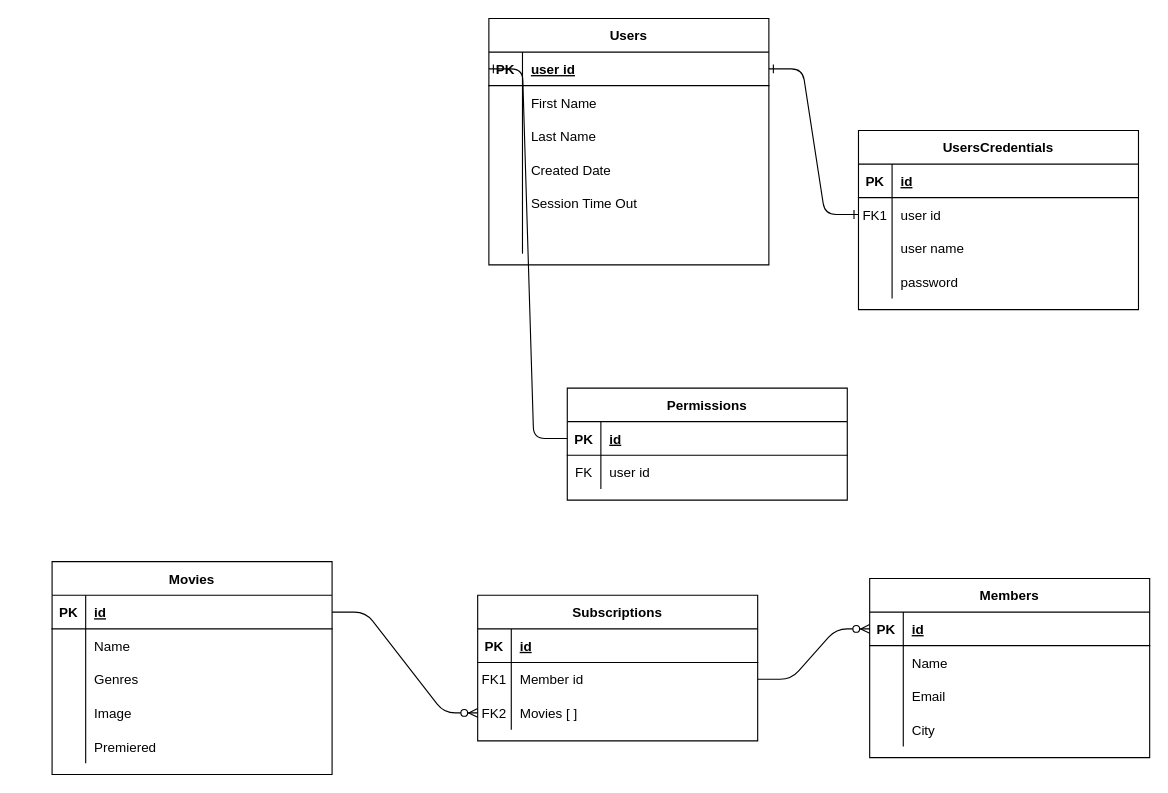
Earlier version of the draw.io diagram page "Overall BD" (1 of 2) of Docs/node-final.drawio (natank/diagrams). Source tidied: cells renumbered, new cells numbered last; positions are measured from the earlier drawing's top-left corner, leaving out a move shared by most shapes. Both pictures are drawn from the tidied source at 112%, with x=0, y=0 at pixel (52, 18).
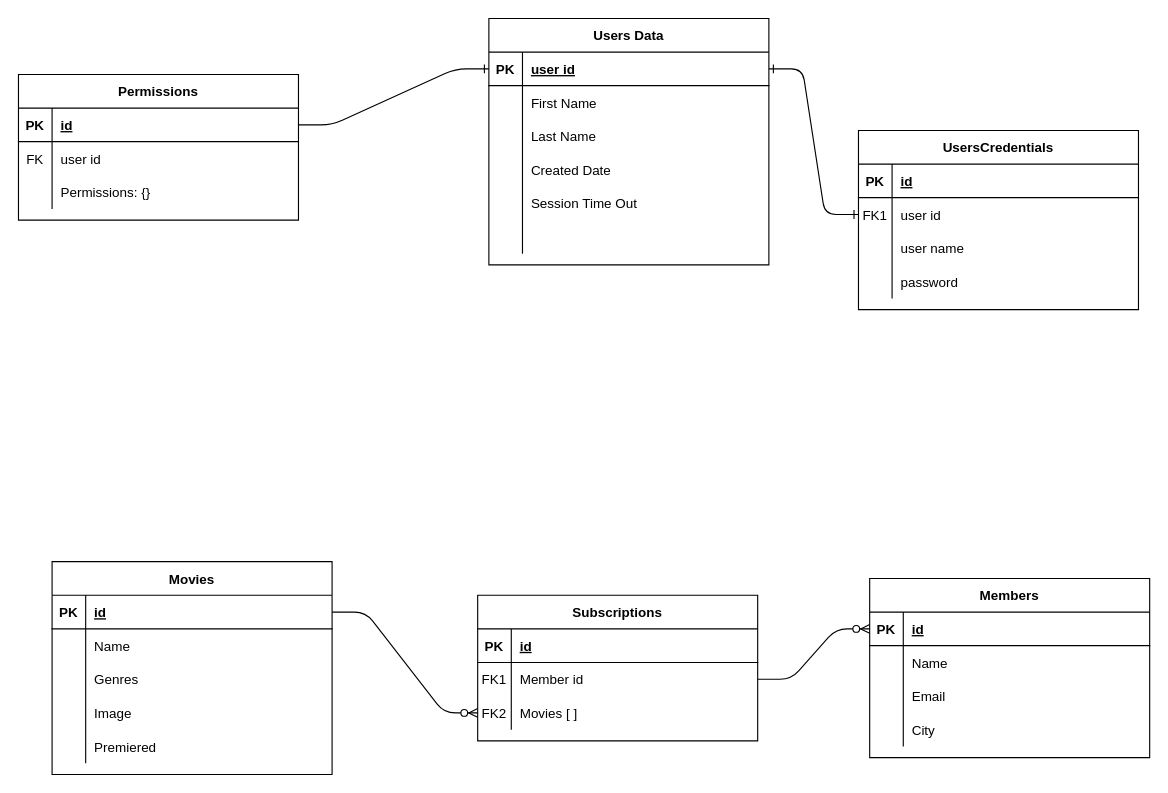
Above is the later version.

Unchanged cells that the change refers to:
```xml
<mxCell id="27" style="shape=partialRectangle;fillColor=none;points=[[0,0.5],[1,0.5]];portConstraint=eastwest;top=0;left=0;right=0;bottom=1;" parent="26" vertex="1">
  <mxGeometry y="30" width="250" height="30" as="geometry" />
</mxCell>
<mxCell id="46" style="shape=partialRectangle;fillColor=none;points=[[0,0.5],[1,0.5]];portConstraint=eastwest;top=0;left=0;right=0;bottom=1;" parent="45" vertex="1">
  <mxGeometry y="30" width="250" height="30" as="geometry" />
</mxCell>
```

Diff of the diagram source:
```diff
@@
-    <mxCell id="26" value="Users" style="shape=table;startSize=30;childLayout=tableLayout;rowLines=0;fontStyle=1;align=center;" parent="1" vertex="1">
+    <mxCell id="26" value="Users Data" style="shape=table;startSize=30;childLayout=tableLayout;rowLines=0;fontStyle=1;align=center;" parent="1" vertex="1">
       <mxGeometry x="390" width="250" height="220" as="geometry" />
     </mxCell>
@@
     <mxCell id="45" value="Permissions" style="shape=table;startSize=30;childLayout=tableLayout;rowLines=0;fontStyle=1;align=center;" parent="1" vertex="1">
-      <mxGeometry x="460" y="330" width="250" height="100" as="geometry" />
+      <mxGeometry x="-30" y="50" width="250" height="130" as="geometry" />
     </mxCell>
@@
+    <mxCell id="84" style="shape=partialRectangle;fillColor=none;top=0;left=0;right=0;bottom=0;" parent="45" vertex="1">
+      <mxGeometry y="90" width="250" height="30" as="geometry" />
+    </mxCell>
+    <mxCell id="85" style="shape=partialRectangle;overflow=hidden;fillColor=none;top=0;left=0;bottom=0;right=0;" parent="84" vertex="1">
+      <mxGeometry width="30" height="30" as="geometry" />
+    </mxCell>
+    <mxCell id="86" value="Permissions: {}" style="shape=partialRectangle;overflow=hidden;fillColor=none;top=0;left=0;bottom=0;right=0;align=left;spacingLeft=6;" parent="84" vertex="1">
+      <mxGeometry x="30" width="220" height="30" as="geometry" />
+    </mxCell>
-    <mxCell id="52" style="edgeStyle=entityRelationEdgeStyle;fontSize=12;html=1;endArrow=ERone;endFill=1;exitX=0;exitY=0.5;exitDx=0;exitDy=0;entryX=0;entryY=0.5;entryDx=0;entryDy=0;" parent="1" edge="1" source="46" target="27">
+    <mxCell id="52" style="edgeStyle=entityRelationEdgeStyle;fontSize=12;html=1;endArrow=ERone;endFill=1;exitX=1;exitY=0.5;exitDx=0;exitDy=0;entryX=0;entryY=0.5;entryDx=0;entryDy=0;" parent="1" edge="1" source="46" target="27">
       <mxGeometry relative="1" as="geometry" />
     </mxCell>
```
